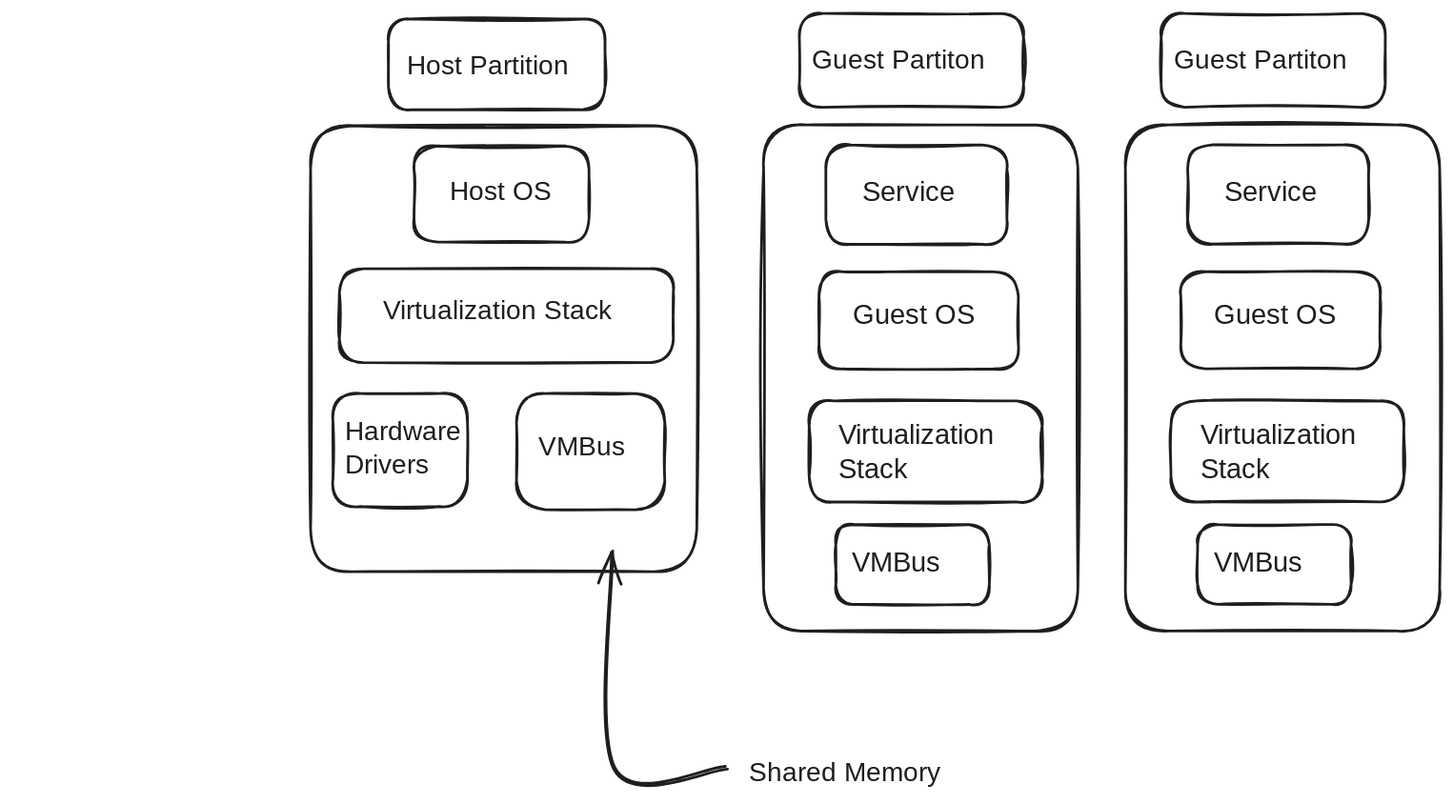
P7XCKD/NF keeps this Excalidraw diagram as Notes Factory/Semister 5/CLD/qb/rough.excalidraw.svg. Above is the earlier version. Source tidied: one line per element, renumbered; positions are measured from the earlier drawing's top-left corner, leaving out a move shared by most shapes.
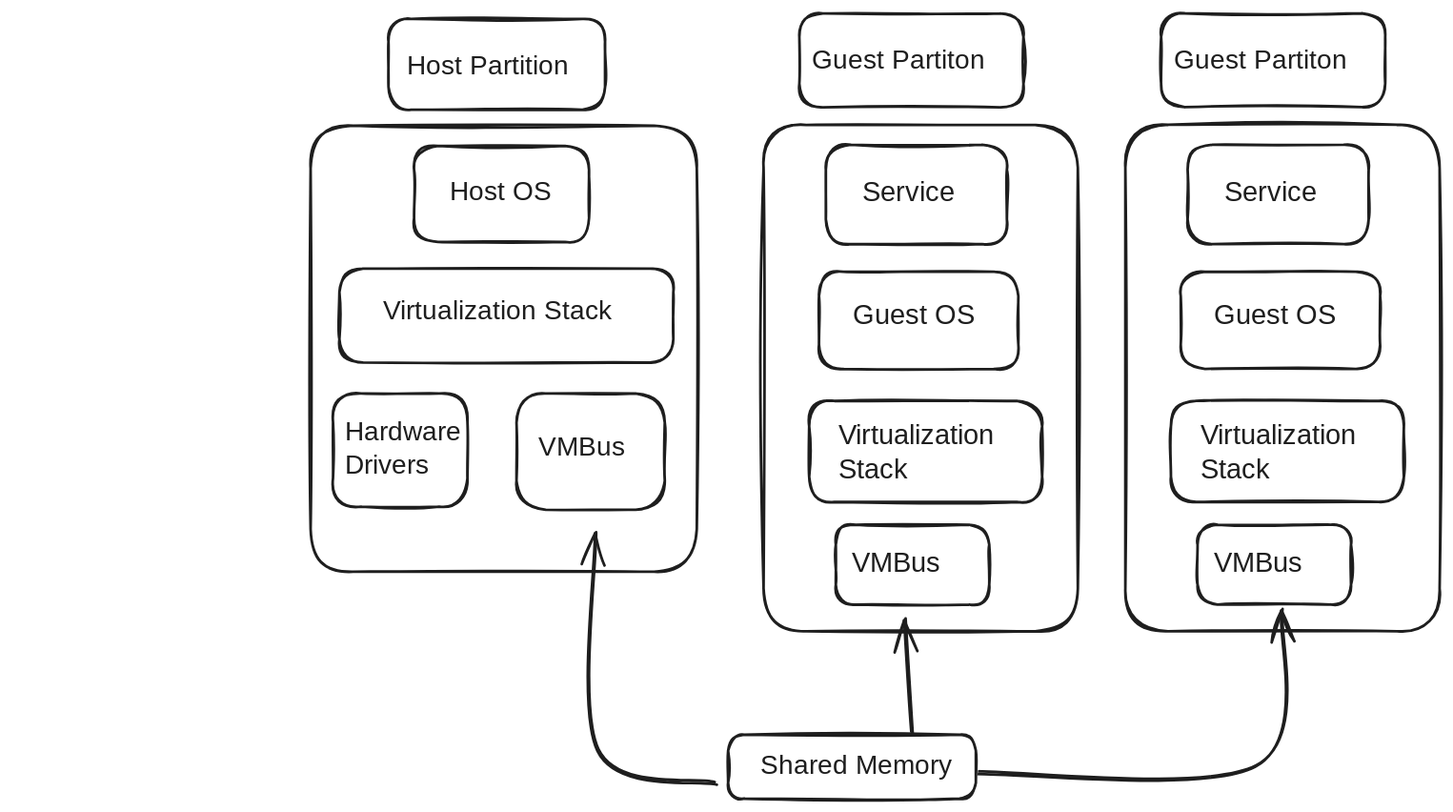
After the commit.

What changed in the source:
```diff
@@ -1,4 +1,3 @@
-{"id": 0, "type": "text", "text": "Shared Memory", "strokeColor": "#1e1e1e", "strokeWidth": 2, "roughness": 1, "fontSize": 20, "fontFamily": 5, "x": 329, "y": 558, "width": 146, "height": 25}
 {"id": 1, "type": "text", "text": "Host Partition", "strokeColor": "#1e1e1e", "strokeWidth": 2, "roughness": 1, "fontSize": 20, "fontFamily": 5, "x": 72, "y": 28, "width": 141, "height": 25}
 {"id": 2, "type": "text", "text": "Host OS", "strokeColor": "#1e1e1e", "strokeWidth": 2, "roughness": 1, "fontSize": 20, "fontFamily": 5, "x": 104, "y": 123, "width": 82, "height": 25}
 {"id": 3, "type": "text", "text": "Virtualization Stack", "strokeColor": "#1e1e1e", "strokeWidth": 2, "roughness": 1, "fontSize": 20, "fontFamily": 5, "x": 54, "y": 211, "width": 194, "height": 25}
@@ -32,4 +31,8 @@
 {"id": 31, "type": "rectangle", "strokeColor": "#1e1e1e", "strokeWidth": 2, "roughness": 1, "round": true, "x": 645, "y": 291, "width": 175, "height": 76}
 {"id": 32, "type": "rectangle", "strokeColor": "#1e1e1e", "strokeWidth": 2, "roughness": 1, "round": true, "x": 665, "y": 383, "width": 115, "height": 60}
 {"id": 33, "type": "text", "text": "Guest Partiton", "strokeColor": "#1e1e1e", "backgroundColor": "#ffffff", "fillStyle": "solid", "strokeWidth": 2, "roughness": 1, "fontSize": 20, "fontFamily": 5, "x": 647, "y": 24, "width": 151, "height": 25}
-{"id": 34, "type": "arrow", "strokeColor": "#1e1e1e", "backgroundColor": "#ffffff", "fillStyle": "solid", "strokeWidth": 2, "roughness": 1, "endArrowhead": "arrow", "round": true, "to": 11, "x": 312, "y": 566, "width": 85, "height": 162, "points": [[0, 0], [-84, 0], [-85, -162]]}
+{"id": 34, "type": "arrow", "strokeColor": "#1e1e1e", "backgroundColor": "#ffffff", "fillStyle": "solid", "strokeWidth": 2, "roughness": 1, "endArrowhead": "arrow", "round": true, "to": 11, "x": 304, "y": 577, "width": 90, "height": 188, "points": [[0, 0], [-89, -26], [-90, -188]]}
+{"id": 35, "type": "arrow", "strokeColor": "#1e1e1e", "backgroundColor": "#ffffff", "fillStyle": "solid", "strokeWidth": 2, "roughness": 1, "endArrowhead": "arrow", "round": true, "from": 0, "to": 21, "x": 451, "y": 540, "width": 4, "height": 86, "points": [[0, 0], [-4, -86]]}
+{"id": 36, "type": "arrow", "strokeColor": "#1e1e1e", "backgroundColor": "#ffffff", "fillStyle": "solid", "strokeWidth": 2, "roughness": 1, "endArrowhead": "arrow", "round": true, "to": 32, "x": 495, "y": 569, "width": 234, "height": 123, "points": [[0, 0], [213, -4], [234, -123]]}
+{"id": 37, "type": "rectangle", "strokeColor": "#1e1e1e", "backgroundColor": "#ffffff", "fillStyle": "solid", "strokeWidth": 2, "roughness": 1, "round": true, "x": 313, "y": 541, "width": 186, "height": 48}
+{"id": 0, "type": "text", "text": "Shared Memory", "strokeColor": "#1e1e1e", "strokeWidth": 2, "roughness": 1, "fontSize": 20, "fontFamily": 5, "x": 337, "y": 552, "width": 146, "height": 25}
```
